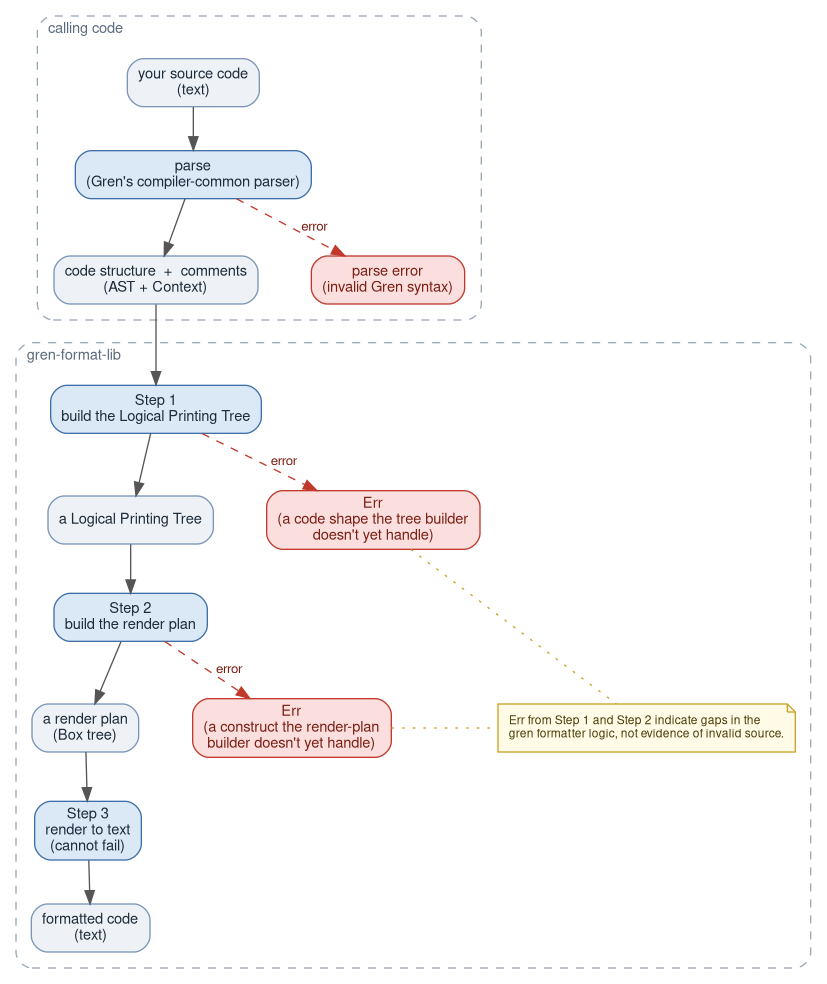
The Graphviz diagram docs/diagrams/formatter-pipeline.png in gilramir/gren-format-lib, before a commit. Its source is kept beside it as docs/diagrams/formatter-pipeline.dot.
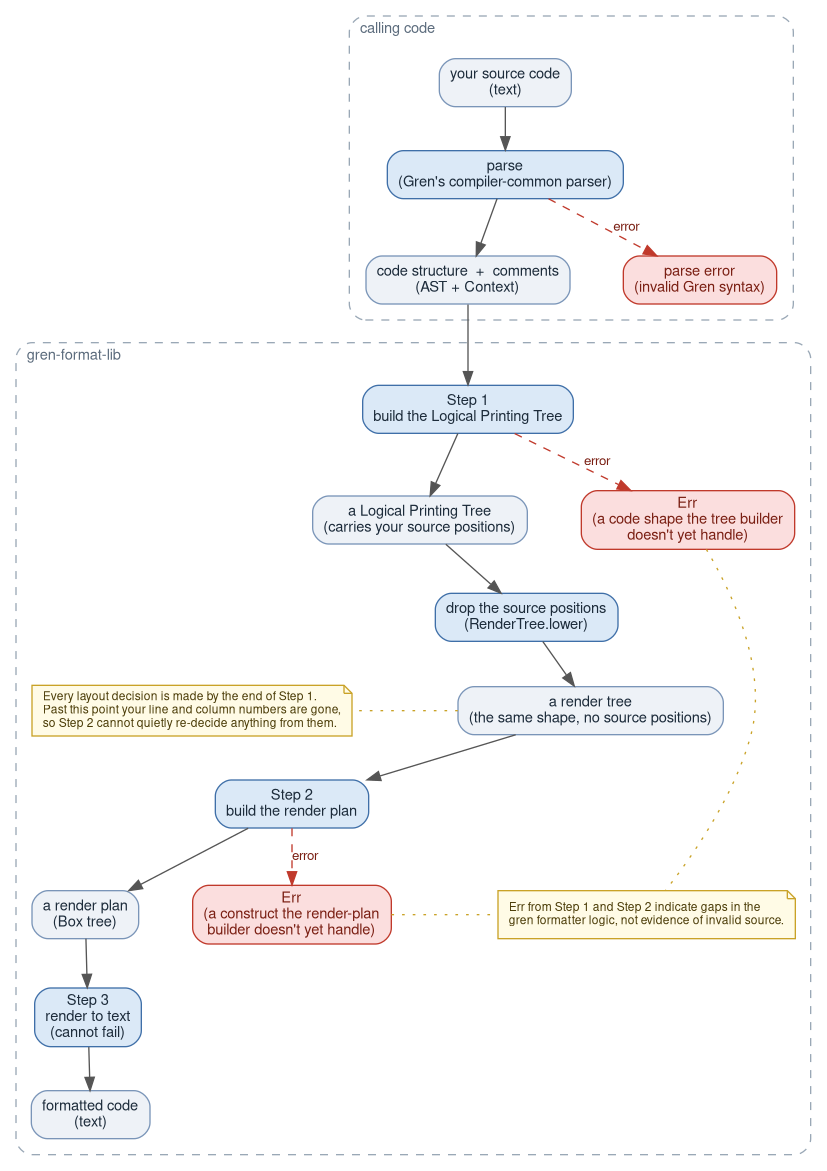
After the change.

Change to the diagram source:
```diff
@@ -42,12 +42,14 @@
         margin=12;
 
         node [shape=box, style="rounded,filled", fillcolor="#eef2f7", color="#7a95b8", fontcolor="#1c2b3a"];
-        lpt        [label="a Logical Printing Tree"];
+        lpt        [label="a Logical Printing Tree\n(carries your source positions)"];
+        renderTree [label="a render tree\n(the same shape, no source positions)"];
         renderPlan [label="a render plan\n(Box tree)"];
         formatted  [label="formatted code\n(text)"];
 
         node [shape=box, style="rounded,filled", fillcolor="#dbe9f7", color="#3f6fa8", fontcolor="#1c2b3a"];
         step1 [label="Step 1\nbuild the Logical Printing Tree"];
+        lower [label="drop the source positions\n(RenderTree.lower)"];
         step2 [label="Step 2\nbuild the render plan"];
         step3 [label="Step 3\nrender to text\n(cannot fail)"];
 
@@ -57,8 +59,10 @@
 
         node [shape=note, style=filled, fillcolor="#fffbe6", color="#c9a227", fontcolor="#4a3b06", fontsize=9];
         errNote [label="Err from Step 1 and Step 2 indicate gaps in the\lgren formatter logic, not evidence of invalid source.\l"];
+        barrierNote [label="Every layout decision is made by the end of Step 1.\lPast this point your line and column numbers are gone,\lso Step 2 cannot quietly re-decide anything from them.\l"];
 
         { rank=same; lpt; step1Fail }
+        { rank=same; renderTree; barrierNote }
         { rank=same; renderPlan; step2Fail; errNote }
     }
 
@@ -66,7 +70,9 @@
     parse  -> astCtx;
     astCtx -> step1;
     step1  -> lpt;
-    lpt    -> step2;
+    lpt    -> lower;
+    lower  -> renderTree;
+    renderTree -> step2;
     step2  -> renderPlan;
     renderPlan -> step3;
     step3  -> formatted;
@@ -77,4 +83,5 @@
 
     step1Fail -> errNote [style=dotted, arrowhead=none, color="#c9a227", constraint=false];
     step2Fail -> errNote [style=dotted, arrowhead=none, color="#c9a227", constraint=false];
+    renderTree -> barrierNote [style=dotted, arrowhead=none, color="#c9a227", constraint=false];
 }
```
